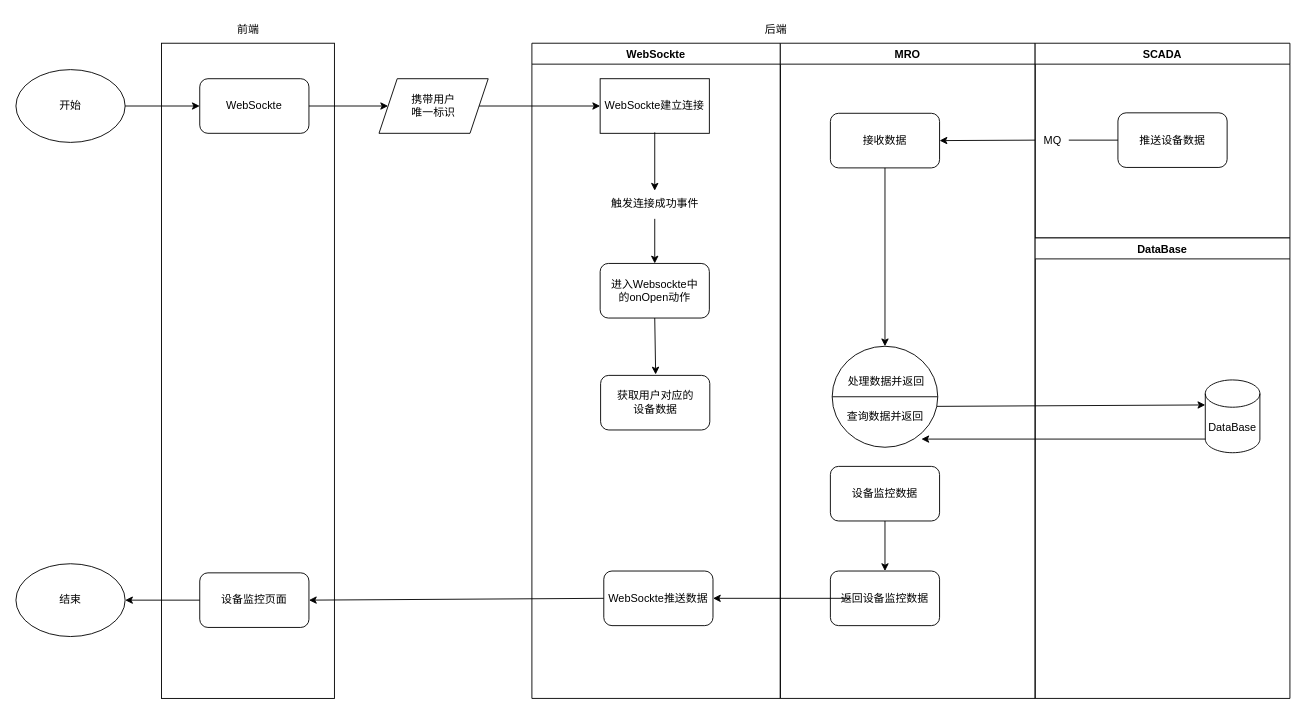
KNAI-I/test keeps this draw.io diagram as page "第 2 页" (2 of 2) of 设备监控流程.drawio. Above is the earlier version. Source tidied: cells renumbered, new cells numbered last; positions are measured from the earlier drawing's top-left corner, leaving out a move shared by most shapes. Both pictures are drawn from the tidied source at 91%, with x=0, y=0 at pixel (15, 15).
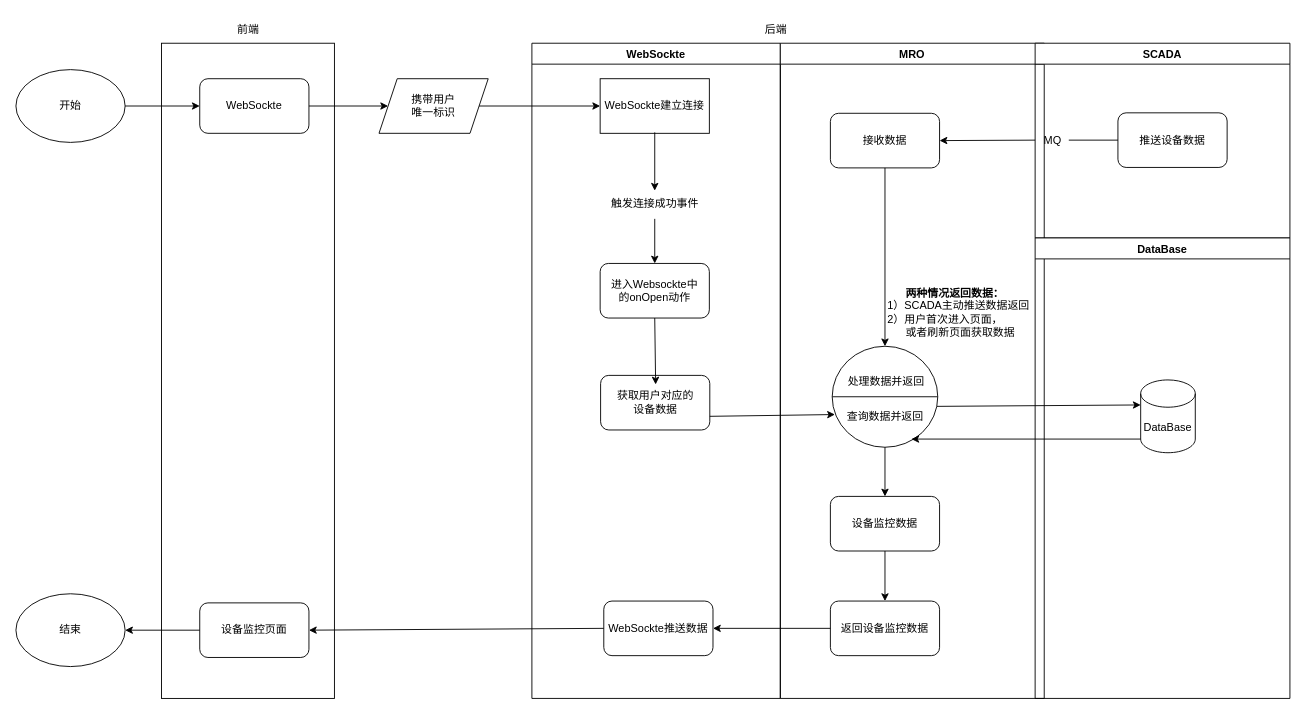
Above is the later version.

Commit message:
更新设备监控流程.drawio

The change refers to these unchanged cells:
```xml
<mxCell id="18" value="WebSockte" style="swimlane;" parent="1" vertex="1">
  <mxGeometry x="567" y="30" width="273" height="720" as="geometry" />
</mxCell>
<mxCell id="19" value="进入Websockte中&lt;br&gt;的onOpen&lt;span style=&quot;background-color: initial; text-align: start;&quot;&gt;动作&lt;/span&gt;" style="rounded=1;whiteSpace=wrap;html=1;" parent="18" vertex="1">
  <mxGeometry x="75" y="242" width="120" height="60" as="geometry" />
</mxCell>
<mxCell id="20" value="获取用户对应的&lt;br&gt;设备数据" style="rounded=1;whiteSpace=wrap;html=1;" parent="18" vertex="1">
  <mxGeometry x="75.5" y="365" width="120" height="60" as="geometry" />
</mxCell>
<mxCell id="28" style="shape=lineEllipse;perimeter=ellipsePerimeter;whiteSpace=wrap;html=1;backgroundOutline=1;" parent="22" vertex="1">
  <mxGeometry x="57" y="333" width="116" height="111" as="geometry" />
</mxCell>
<mxCell id="36" value="DataBase" style="swimlane;" parent="1" vertex="1">
  <mxGeometry x="1120" y="244" width="280" height="506" as="geometry" />
</mxCell>
```

What changed in the source:
```diff
@@
     <mxCell id="14" value="设备监控页面" style="rounded=1;whiteSpace=wrap;html=1;" parent="1" vertex="1">
-      <mxGeometry x="202" y="612" width="120" height="60" as="geometry" />
+      <mxGeometry x="202" y="645" width="120" height="60" as="geometry" />
     </mxCell>
@@
     <mxCell id="16" value="WebSockte推送数据" style="rounded=1;whiteSpace=wrap;html=1;" parent="1" vertex="1">
-      <mxGeometry x="646" y="610" width="120" height="60" as="geometry" />
+      <mxGeometry x="646" y="643" width="120" height="60" as="geometry" />
     </mxCell>
@@
     <mxCell id="21" style="endArrow=classic;html=1;rounded=0;exitX=0.5;exitY=1;exitDx=0;exitDy=0;" parent="18" edge="1" source="19">
       <mxGeometry relative="1" as="geometry">
-        <mxPoint x="136" y="364" as="targetPoint" />
+        <mxPoint x="136" y="375" as="targetPoint" />
       </mxGeometry>
     </mxCell>
     <mxCell id="22" value="MRO" style="swimlane;" parent="1" vertex="1">
-      <mxGeometry x="840" y="30" width="280" height="720" as="geometry" />
+      <mxGeometry x="840" y="30" width="290" height="720" as="geometry" />
     </mxCell>
     <mxCell id="23" value="返回设备监控数据" style="rounded=1;whiteSpace=wrap;html=1;" parent="22" vertex="1">
-      <mxGeometry x="55" y="580" width="120" height="60" as="geometry" />
+      <mxGeometry x="55" y="613" width="120" height="60" as="geometry" />
     </mxCell>
@@
     <mxCell id="25" value="设备监控数据" style="rounded=1;whiteSpace=wrap;html=1;" parent="22" vertex="1">
-      <mxGeometry x="55" y="465" width="120" height="60" as="geometry" />
+      <mxGeometry x="55" y="498" width="120" height="60" as="geometry" />
     </mxCell>
@@
+    <mxCell id="43" style="endArrow=classic;html=1;rounded=0;entryX=0.5;entryY=0;entryDx=0;entryDy=0;exitX=0.5;exitY=1;exitDx=0;exitDy=0;" parent="22" edge="1" source="28" target="25">
+      <mxGeometry relative="1" as="geometry" />
+    </mxCell>
+    <mxCell id="44" value="&lt;b&gt;&amp;nbsp; &amp;nbsp; &amp;nbsp; 两种情况返回数据：&lt;/b&gt;&lt;br&gt;1）SCADA主动推送数据返回&lt;br&gt;2）用户首次进入页面，&lt;br&gt;&lt;div style=&quot;&quot;&gt;&lt;span style=&quot;background-color: initial;&quot;&gt;&amp;nbsp; &amp;nbsp; &amp;nbsp; 或者刷新页面获取数据&lt;/span&gt;&lt;/div&gt;" style="text;html=1;align=left;verticalAlign=middle;strokeColor=none;fillColor=none;" parent="22" vertex="1">
+      <mxGeometry x="116" y="261" width="174" height="70" as="geometry" />
+    </mxCell>
-    <mxCell id="31" style="endArrow=classic;html=1;rounded=0;exitX=0;exitY=0.5;exitDx=0;exitDy=0;entryX=1;entryY=0.5;entryDx=0;entryDy=0;" parent="1" edge="1" target="16">
-      <mxGeometry relative="1" as="geometry">
-        <mxPoint x="918" y="640" as="sourcePoint" />
-      </mxGeometry>
+    <mxCell id="31" style="endArrow=classic;html=1;rounded=0;entryX=1;entryY=0.5;entryDx=0;entryDy=0;exitX=0;exitY=0.5;exitDx=0;exitDy=0;" parent="1" edge="1" source="23" target="16">
+      <mxGeometry relative="1" as="geometry" />
     </mxCell>
     <mxCell id="32" value="结束" style="ellipse;whiteSpace=wrap;html=1;" parent="1" vertex="1">
-      <mxGeometry y="602" width="120" height="80" as="geometry" />
+      <mxGeometry y="635" width="120" height="80" as="geometry" />
     </mxCell>
@@
     <mxCell id="37" value="DataBase" style="shape=cylinder3;whiteSpace=wrap;html=1;boundedLbl=1;backgroundOutline=1;size=15;" parent="36" vertex="1">
-      <mxGeometry x="187" y="156" width="60" height="80" as="geometry" />
+      <mxGeometry x="116" y="156" width="60" height="80" as="geometry" />
     </mxCell>
@@
-    <mxCell id="42" style="endArrow=classic;html=1;rounded=0;exitX=0;exitY=1;exitDx=0;exitDy=-15;entryX=0.845;entryY=0.919;entryDx=0;entryDy=0;exitPerimeter=0;entryPerimeter=0;" parent="1" edge="1" source="37" target="28">
-      <mxGeometry relative="1" as="geometry" />
+    <mxCell id="42" style="endArrow=classic;html=1;rounded=0;exitX=0;exitY=1;exitDx=0;exitDy=-15;exitPerimeter=0;" parent="1" edge="1" source="37">
+      <mxGeometry relative="1" as="geometry">
+        <mxPoint x="984" y="465" as="targetPoint" />
+      </mxGeometry>
     </mxCell>
+    <mxCell id="45" style="endArrow=classic;html=1;rounded=0;entryX=0.026;entryY=0.676;entryDx=0;entryDy=0;entryPerimeter=0;exitX=1;exitY=0.75;exitDx=0;exitDy=0;" parent="1" edge="1" source="20" target="28">
+      <mxGeometry relative="1" as="geometry" />
+    </mxCell>
```
